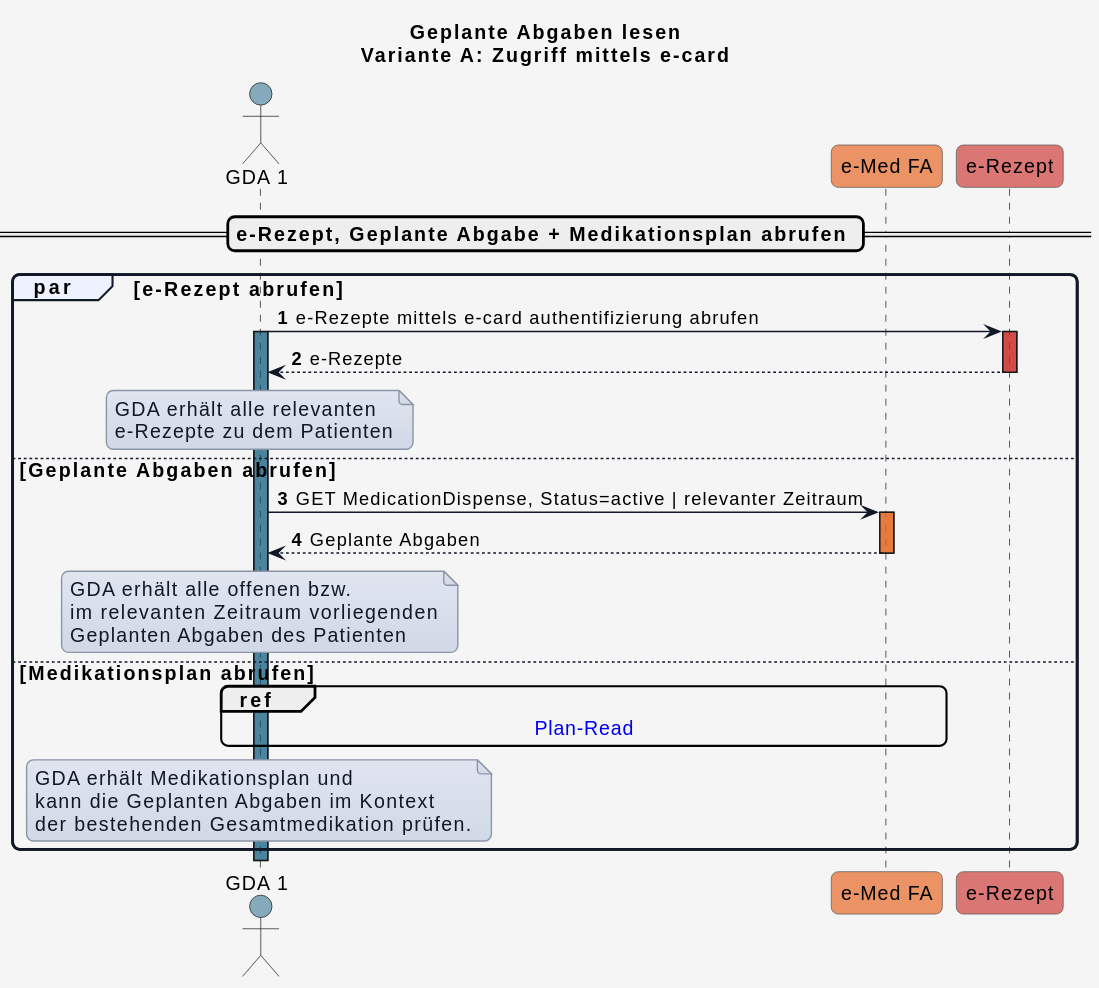
Earlier version of the PlantUML export input/images/plantuml/UC_eMed_07_01_a.svg (HL7Austria/ELGA-e-Medikation-R4).
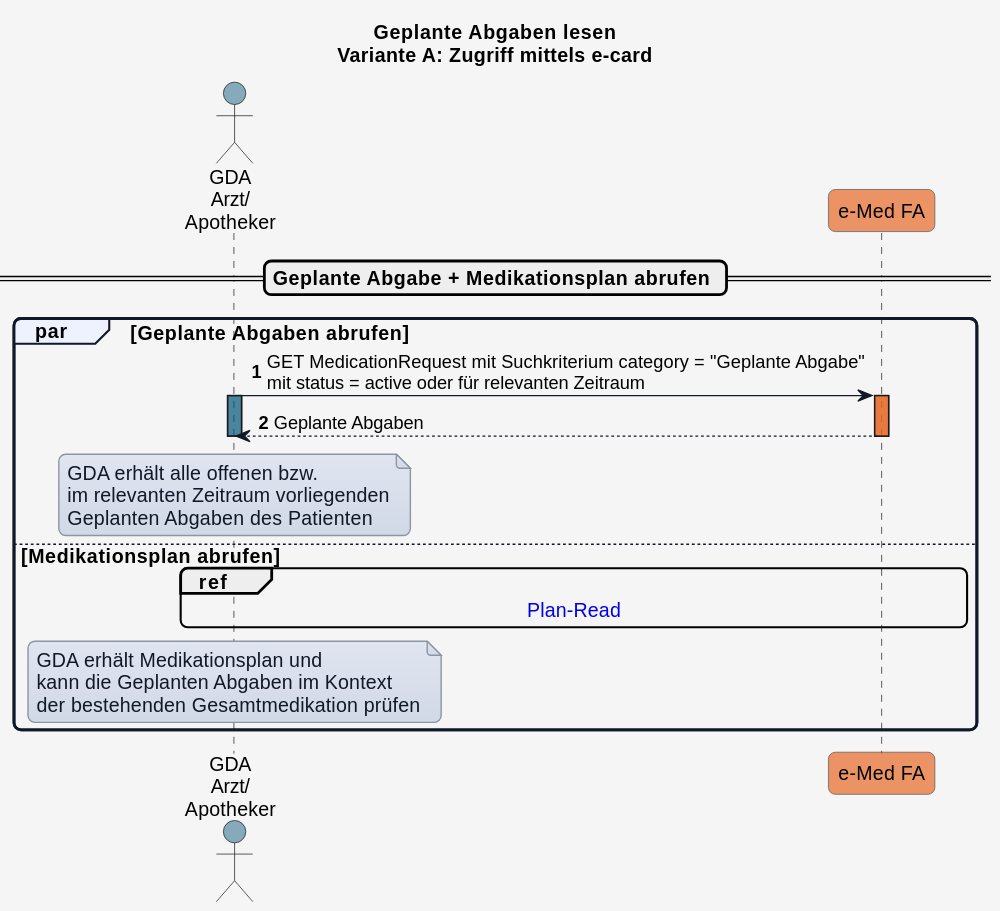
The same diagram one commit later.

Change to the diagram source:
```diff
@@ -48,27 +48,17 @@
 !define COLOR_OK       #0F9ED525
 !define COLOR_ERROR    #E9713235
 
-actor GDA_1 as "GDA 1" COLOR_GDA_1
+actor GDA_1 as "GDA\nArzt/\nApotheker" COLOR_GDA_1
 participant eMed_FA as "e-Med FA" COLOR_EMED_FA
-participant e_Rezept as "e-Rezept" COLOR_E_REZEPT
 
 autonumber
 
-== e-Rezept, Geplante Abgabe + Medikationsplan abrufen ==
+== Geplante Abgabe + Medikationsplan abrufen ==
 
-par e-Rezept abrufen
-  GDA_1 -> e_Rezept: e-Rezepte mittels e-card authentifizierung abrufen
+
+par Geplante Abgaben abrufen
+  GDA_1 -> eMed_FA: GET MedicationRequest mit Suchkriterium category = "Geplante Abgabe"\nmit status = active oder für relevanten Zeitraum
   activate GDA_1 COLOR_GDA_1
-  activate e_Rezept COLOR_E_REZEPT
-  e_Rezept --> GDA_1: e-Rezepte
-  deactivate e_Rezept
-  note over GDA_1
-  GDA erhält alle relevanten
-  e-Rezepte zu dem Patienten
-  end note
-
-else Geplante Abgaben abrufen
-  GDA_1 -> eMed_FA: GET MedicationDispense, Status=active | relevanter Zeitraum
   activate eMed_FA COLOR_EMED_FA
   eMed_FA --> GDA_1: Geplante Abgaben
   deactivate eMed_FA
@@ -84,7 +74,8 @@
   note over GDA_1
   GDA erhält Medikationsplan und
   kann die Geplanten Abgaben im Kontext
-  der bestehenden Gesamtmedikation prüfen.
+  der bestehenden Gesamtmedikation prüfen
   end note
+  deactivate GDA_1
 end
 @enduml
```
